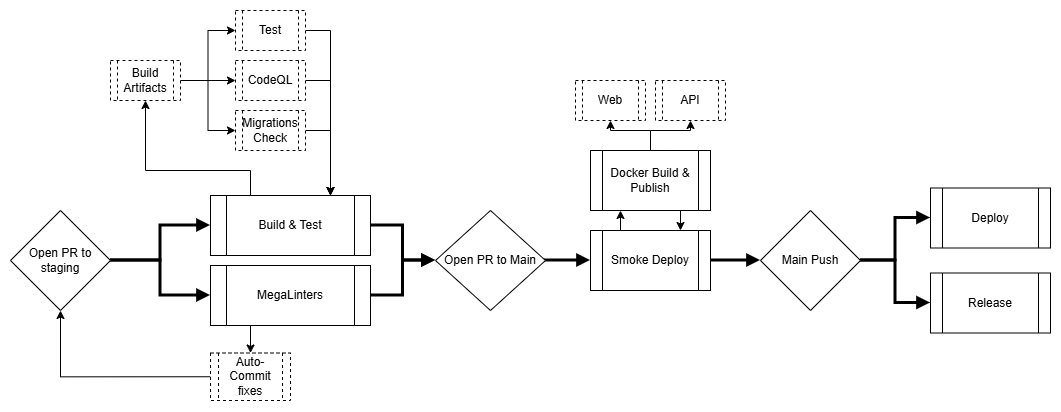
Above: report/images/DevOps CICD.png in KaramTNC/itu-minitwit (draw.io), before the change. Source tidied: cells renumbered, new cells last; positions are measured from the earlier drawing's top-left corner, leaving out a move shared by most shapes.
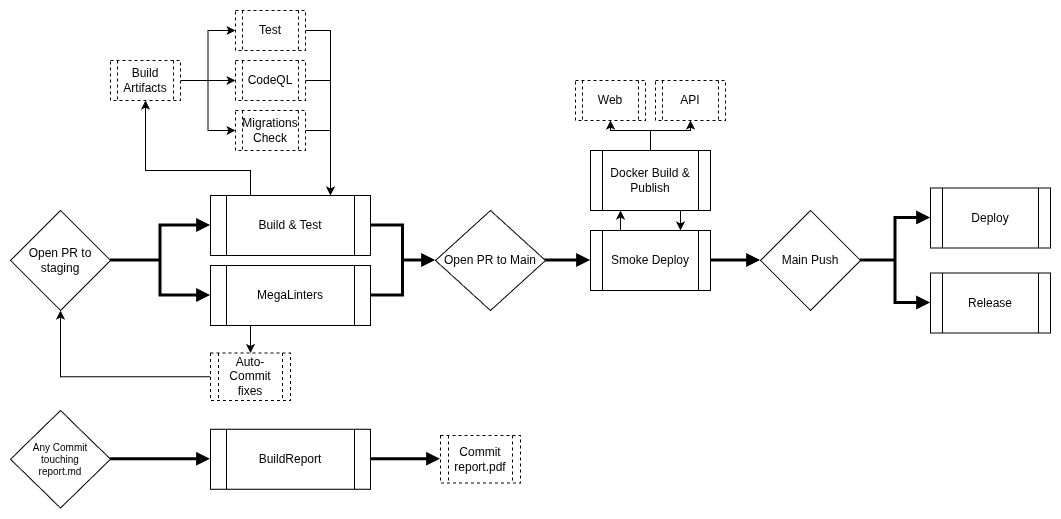
Later version of the same file.

What changed in the source:
```diff
@@ -120,5 +120,20 @@
     <mxCell id="38" value="API" style="shape=process;whiteSpace=wrap;html=1;backgroundOutline=1;dashed=1;" parent="1" vertex="1">
       <mxGeometry x="645" y="70" width="70" height="40" as="geometry" />
     </mxCell>
+    <mxCell id="39" style="edgeStyle=orthogonalEdgeStyle;rounded=0;jettySize=auto;html=1;exitX=1;exitY=0.5;exitDx=0;exitDy=0;entryX=0;entryY=0.5;entryDx=0;entryDy=0;fontSize=11;endArrow=block;endFill=1;strokeWidth=3;" parent="1" edge="1" source="40" target="42">
+      <mxGeometry relative="1" as="geometry" />
+    </mxCell>
+    <mxCell id="40" value="Any Commit &lt;br&gt;touching &lt;br&gt;report.md" style="rhombus;whiteSpace=wrap;html=1;fontSize=10;" parent="1" vertex="1">
+      <mxGeometry y="400" width="100" height="97.5" as="geometry" />
+    </mxCell>
+    <mxCell id="41" style="edgeStyle=orthogonalEdgeStyle;rounded=0;jettySize=auto;html=1;exitX=1;exitY=0.5;exitDx=0;exitDy=0;entryX=0;entryY=0.5;entryDx=0;entryDy=0;fontSize=11;endArrow=block;endFill=1;strokeWidth=3;" parent="1" edge="1" source="42" target="43">
+      <mxGeometry relative="1" as="geometry" />
+    </mxCell>
+    <mxCell id="42" value="BuildReport" style="shape=process;whiteSpace=wrap;html=1;backgroundOutline=1;" parent="1" vertex="1">
+      <mxGeometry x="200" y="418.8" width="160" height="60" as="geometry" />
+    </mxCell>
+    <mxCell id="43" value="Commit report.pdf" style="shape=process;whiteSpace=wrap;html=1;backgroundOutline=1;dashed=1;" parent="1" vertex="1">
+      <mxGeometry x="430" y="425" width="80" height="47.5" as="geometry" />
+    </mxCell>
   </root>
 </mxGraphModel>
```
